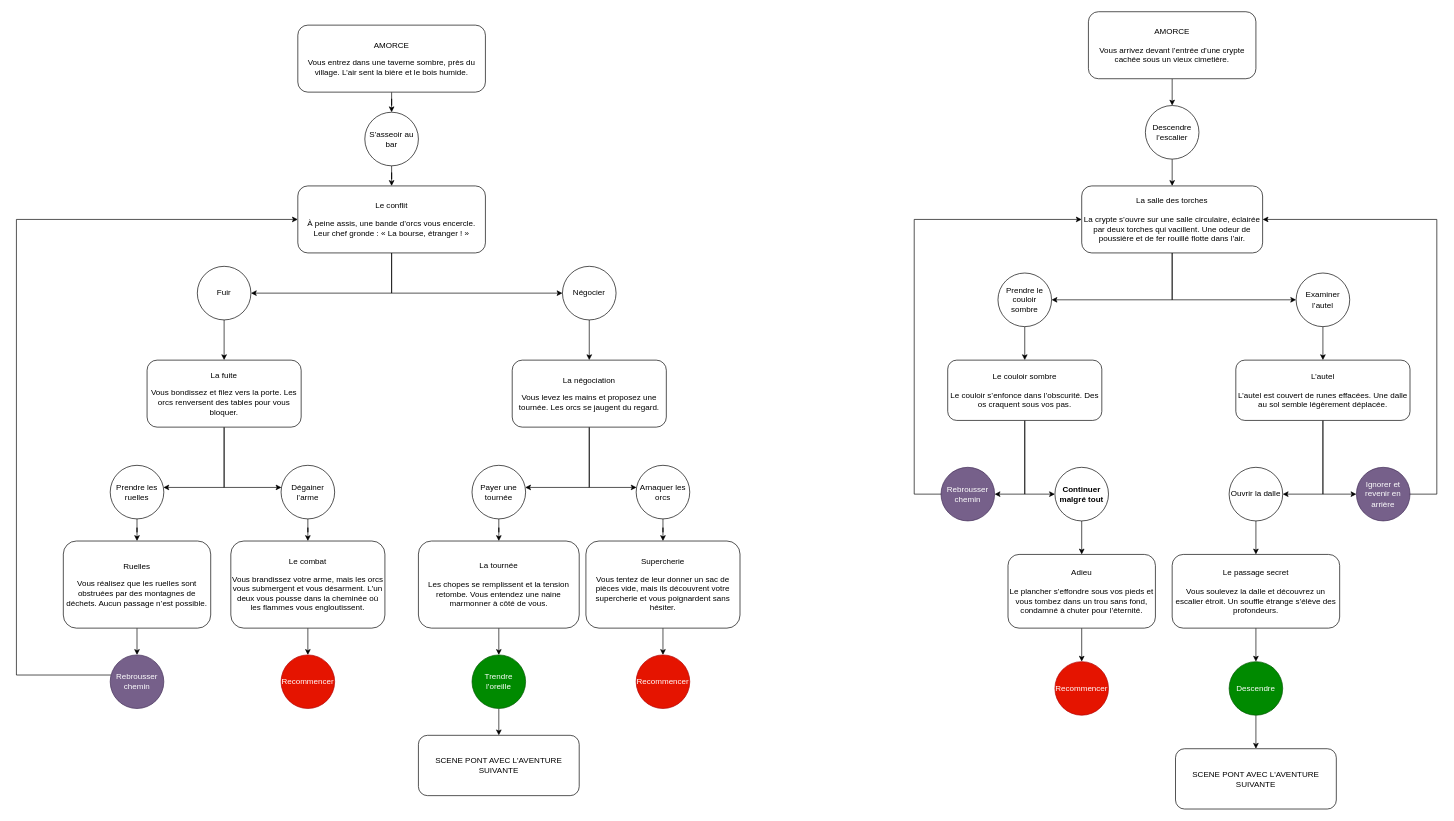
This is docs/582-111-web1/tp/ldvelh/ldvelh.drawio from tim-montmorency/compendium, a draw.io file, before an edit. Source tidied: cells renumbered, new cells numbered last; positions are measured from the earlier drawing's top-left corner, leaving out a move shared by most shapes. Both pictures are drawn from the tidied source at 67%, with x=0, y=0 at pixel (16, 11).
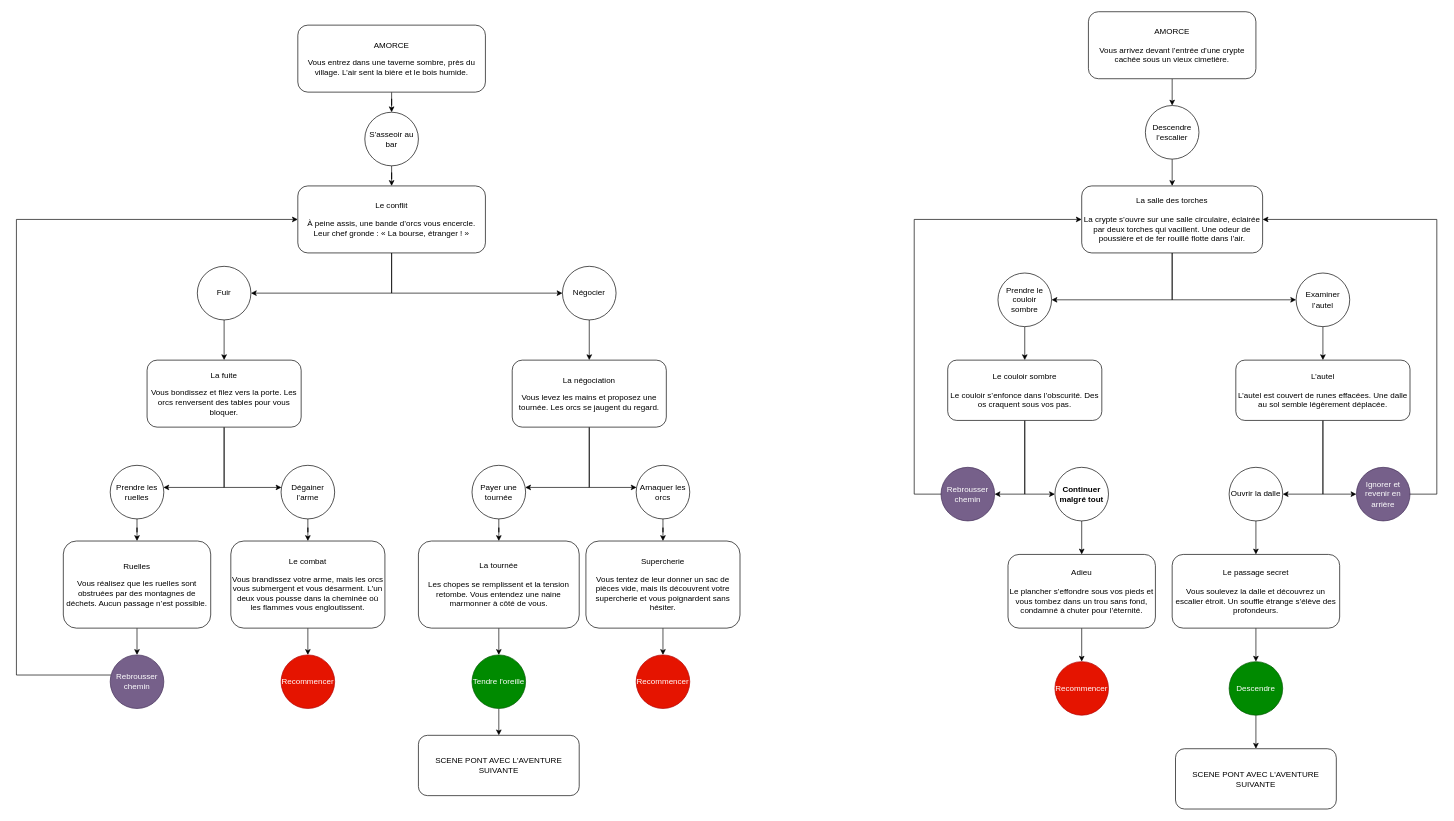
Above is the later version.

Commit message:
Faute de frappe

The edit, as a diff of the source:
```diff
@@
-    <mxCell id="38" value="Trendre l'oreille" style="ellipse;whiteSpace=wrap;html=1;fillColor=#008a00;fontColor=#ffffff;strokeColor=#005700;" parent="1" vertex="1">
+    <mxCell id="38" value="Tendre l'oreille" style="ellipse;whiteSpace=wrap;html=1;fillColor=#008a00;fontColor=#ffffff;strokeColor=#005700;" parent="1" vertex="1">
       <mxGeometry x="680" y="960" width="80" height="80" as="geometry" />
     </mxCell>
```
